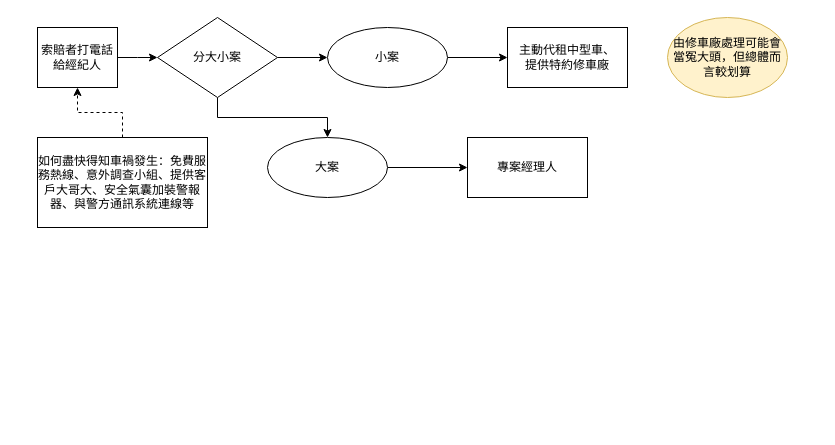
This is page "Page-2" (2 of 2) of Insurance Diagram.drawio from julie-b05302301/diagram.io, a draw.io file, before an edit. Source tidied: cells renumbered, new cells numbered last; positions are measured from the earlier drawing's top-left corner, leaving out a move shared by most shapes. Both pictures are drawn from the tidied source at 100%, with x=0, y=0 at pixel (37, 17).
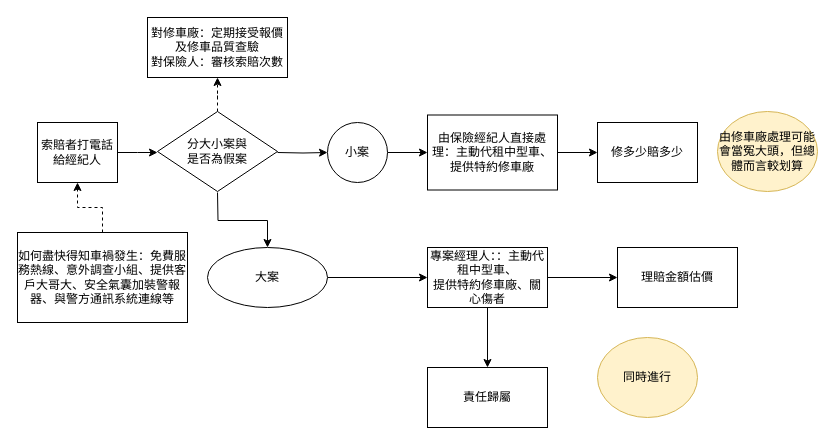
After the change.

Diff of the diagram source:
```diff
@@
     <mxCell id="2" style="edgeStyle=orthogonalEdgeStyle;rounded=0;jettySize=auto;html=1;" parent="1" edge="1" source="3">
       <mxGeometry relative="1" as="geometry">
-        <mxPoint x="120" y="40" as="targetPoint" />
+        <mxPoint x="120" y="135" as="targetPoint" />
       </mxGeometry>
     </mxCell>
     <mxCell id="3" value="索賠者打電話給經紀人" style="rounded=0;whiteSpace=wrap;html=1;" parent="1" vertex="1">
-      <mxGeometry y="10" width="80" height="60" as="geometry" />
+      <mxGeometry y="105" width="80" height="60" as="geometry" />
     </mxCell>
-    <mxCell id="4" style="edgeStyle=orthogonalEdgeStyle;rounded=0;jettySize=auto;html=1;" parent="1" edge="1" source="6" target="8">
-      <mxGeometry relative="1" as="geometry" />
+    <mxCell id="4" style="edgeStyle=orthogonalEdgeStyle;rounded=0;jettySize=auto;html=1;" parent="1" edge="1" target="8">
+      <mxGeometry relative="1" as="geometry">
+        <mxPoint x="240" y="135" as="sourcePoint" />
+      </mxGeometry>
     </mxCell>
-    <mxCell id="5" style="edgeStyle=orthogonalEdgeStyle;rounded=0;jettySize=auto;html=1;" parent="1" edge="1" source="6" target="10">
-      <mxGeometry relative="1" as="geometry" />
+    <mxCell id="5" style="edgeStyle=orthogonalEdgeStyle;rounded=0;jettySize=auto;html=1;" parent="1" edge="1" target="10">
+      <mxGeometry relative="1" as="geometry">
+        <mxPoint x="180" y="175" as="sourcePoint" />
+      </mxGeometry>
     </mxCell>
+    <mxCell id="16" style="edgeStyle=orthogonalEdgeStyle;rounded=0;jettySize=auto;html=1;dashed=1;" parent="1" edge="1" source="6" target="23">
+      <mxGeometry relative="1" as="geometry" />
+    </mxCell>
-    <mxCell id="6" value="分大小案" style="rhombus;whiteSpace=wrap;html=1;" parent="1" vertex="1">
-      <mxGeometry x="120" width="120" height="80" as="geometry" />
+    <mxCell id="6" value="分大小案與&lt;br&gt;是否為假案" style="rhombus;whiteSpace=wrap;html=1;" parent="1" vertex="1">
+      <mxGeometry x="120" y="94" width="120" height="80" as="geometry" />
     </mxCell>
@@
     <mxCell id="8" value="小案" style="ellipse;whiteSpace=wrap;html=1;" parent="1" vertex="1">
-      <mxGeometry x="290" y="10" width="120" height="60" as="geometry" />
+      <mxGeometry x="290" y="105" width="60" height="60" as="geometry" />
     </mxCell>
@@
     <mxCell id="10" value="大案" style="ellipse;whiteSpace=wrap;html=1;" parent="1" vertex="1">
-      <mxGeometry x="230" y="120" width="120" height="60" as="geometry" />
+      <mxGeometry x="170" y="230" width="120" height="60" as="geometry" />
     </mxCell>
+    <mxCell id="17" style="edgeStyle=orthogonalEdgeStyle;rounded=0;jettySize=auto;html=1;" parent="1" edge="1" source="11" target="22">
+      <mxGeometry relative="1" as="geometry" />
+    </mxCell>
-    <mxCell id="11" value="主動代租中型車、&lt;br&gt;提供特約修車廠" style="whiteSpace=wrap;html=1;" parent="1" vertex="1">
-      <mxGeometry x="470" y="10" width="120" height="60" as="geometry" />
+    <mxCell id="11" value="由保險經紀人直接處理：主動代租中型車、&lt;br&gt;提供特約修車廠" style="whiteSpace=wrap;html=1;" parent="1" vertex="1">
+      <mxGeometry x="390" y="97.5" width="130" height="75" as="geometry" />
     </mxCell>
@@
     <mxCell id="13" value="如何盡快得知車禍發生：免費服務熱線、意外調查小組、提供客戶大哥大、安全氣囊加裝警報器、與警方通訊系統連線等" style="whiteSpace=wrap;html=1;rounded=0;" parent="1" vertex="1">
-      <mxGeometry y="120" width="170" height="90" as="geometry" />
+      <mxGeometry x="-20" y="215" width="170" height="90" as="geometry" />
     </mxCell>
     <mxCell id="14" value="由修車廠處理可能會當冤大頭，但總體而言較划算" style="ellipse;whiteSpace=wrap;html=1;fillColor=#fff2cc;strokeColor=#d6b656;" parent="1" vertex="1">
-      <mxGeometry x="630" width="120" height="80" as="geometry" />
+      <mxGeometry x="680" y="94" width="100" height="80" as="geometry" />
     </mxCell>
+    <mxCell id="18" style="edgeStyle=orthogonalEdgeStyle;rounded=0;jettySize=auto;html=1;" parent="1" edge="1" source="15" target="20">
+      <mxGeometry relative="1" as="geometry" />
+    </mxCell>
+    <mxCell id="19" style="edgeStyle=orthogonalEdgeStyle;rounded=0;jettySize=auto;html=1;" parent="1" edge="1" source="15" target="21">
+      <mxGeometry relative="1" as="geometry" />
+    </mxCell>
-    <mxCell id="15" value="專案經理人" style="whiteSpace=wrap;html=1;" parent="1" vertex="1">
-      <mxGeometry x="430" y="120" width="120" height="60" as="geometry" />
+    <mxCell id="15" value="專案經理人：：主動代租中型車、&lt;br&gt;提供特約修車廠、關心傷者" style="whiteSpace=wrap;html=1;" parent="1" vertex="1">
+      <mxGeometry x="390" y="230" width="120" height="60" as="geometry" />
     </mxCell>
+    <mxCell id="20" value="理賠金額估價" style="whiteSpace=wrap;html=1;" parent="1" vertex="1">
+      <mxGeometry x="580" y="230" width="120" height="60" as="geometry" />
+    </mxCell>
+    <mxCell id="21" value="責任歸屬" style="whiteSpace=wrap;html=1;" parent="1" vertex="1">
+      <mxGeometry x="390" y="350" width="120" height="60" as="geometry" />
+    </mxCell>
+    <mxCell id="22" value="修多少賠多少" style="whiteSpace=wrap;html=1;" parent="1" vertex="1">
+      <mxGeometry x="560" y="105" width="100" height="60" as="geometry" />
+    </mxCell>
+    <mxCell id="23" value="對修車廠：定期接受報價及修車品質查驗&lt;br&gt;對保險人：審核索賠次數" style="whiteSpace=wrap;html=1;" parent="1" vertex="1">
+      <mxGeometry x="110" width="140" height="60" as="geometry" />
+    </mxCell>
+    <mxCell id="24" value="同時進行" style="ellipse;whiteSpace=wrap;html=1;fillColor=#fff2cc;strokeColor=#d6b656;" parent="1" vertex="1">
+      <mxGeometry x="560" y="320" width="100" height="80" as="geometry" />
+    </mxCell>
```
